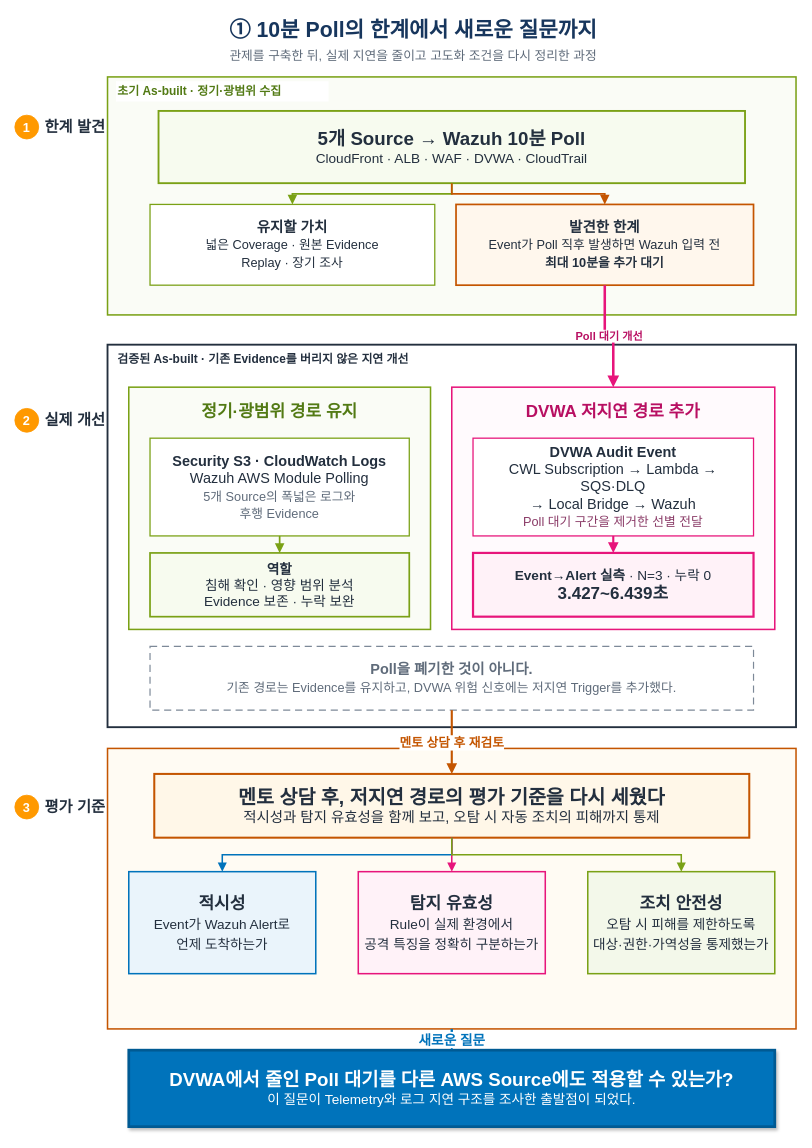
Earlier version of the draw.io diagram page "1_문제·개선·새 질문" (1 of 2) of 20_팀 프로젝트/3차 프로젝트/보고서/7.0 관제 고도화 과정.drawio (Unoh03/Obsi3). Source tidied: cells renumbered, new cells numbered last; positions are measured from the earlier drawing's top-left corner, leaving out a move shared by most shapes. Both pictures are drawn from the tidied source at 85%, with x=0, y=0 at pixel (14, 14).
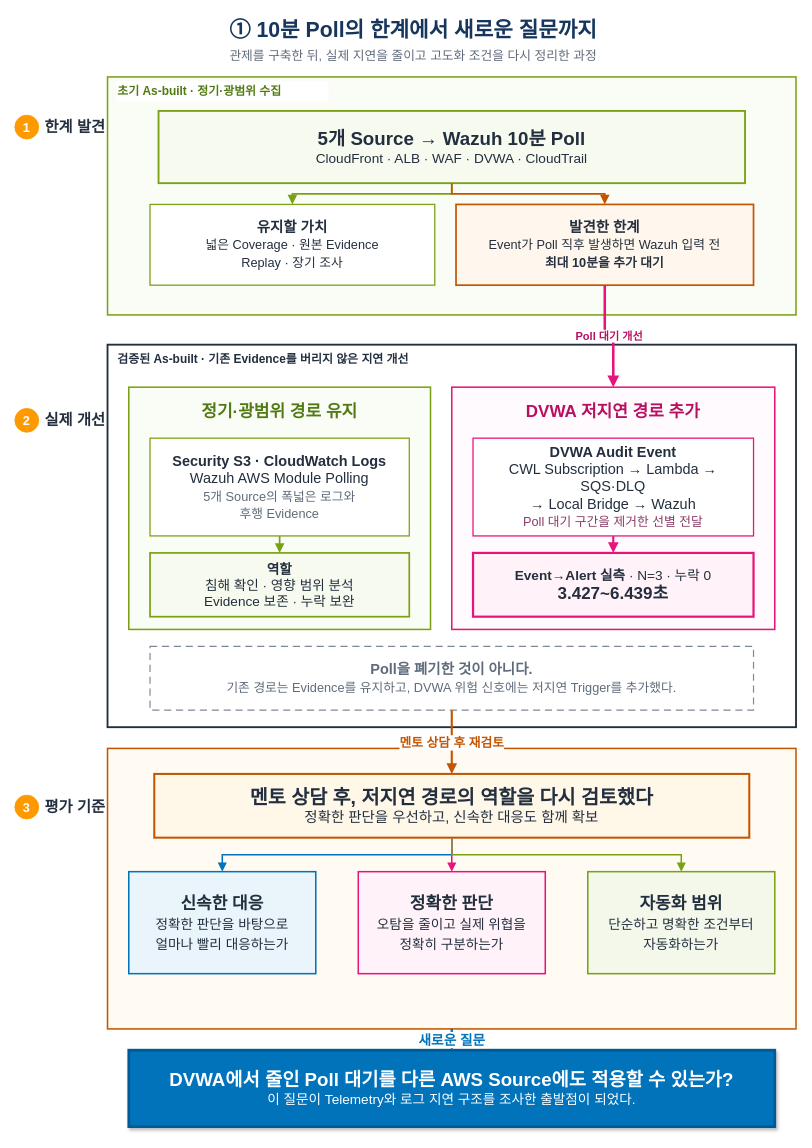
Above is the later version.

Commit message:
Auto: 2026. 08. 26. 20:34:00 M 20_팀 프로젝트/3차 프로젝트/보고서/7.0 관제 고도화 과정.drawio

The edit, as a diff of the source:
```diff
@@
-    <mxCell id="27" value="&lt;font style=&quot;font-size:23px;&quot;&gt;&lt;b&gt;멘토 상담 후, 저지연 경로의 평가 기준을 다시 세웠다&lt;/b&gt;&lt;/font&gt;&lt;br&gt;&lt;font style=&quot;font-size:17px;&quot;&gt;적시성과 탐지 유효성을 함께 보고, 오탐 시 자동 조치의 피해까지 통제&lt;/font&gt;" style="rounded=0;whiteSpace=wrap;html=1;fillColor=#FFF7E8;strokeColor=#C45500;strokeWidth=2.4;fontColor=#232F3E;align=center;verticalAlign=middle;spacing=6;" parent="1" vertex="1">
+    <mxCell id="27" value="&lt;font style=&quot;font-size:23px;&quot;&gt;&lt;b&gt;멘토 상담 후, 저지연 경로의 역할을 다시 검토했다&lt;/b&gt;&lt;/font&gt;&lt;br&gt;&lt;font style=&quot;font-size:17px;&quot;&gt;정확한 판단을 우선하고, 신속한 대응도 함께 확보&lt;/font&gt;" style="rounded=0;whiteSpace=wrap;html=1;fillColor=#FFF7E8;strokeColor=#C45500;strokeWidth=2.4;fontColor=#232F3E;align=center;verticalAlign=middle;spacing=6;" parent="1" vertex="1">
       <mxGeometry x="164" y="893" width="700" height="75" as="geometry" />
     </mxCell>
-    <mxCell id="28" value="&lt;b&gt;적시성&lt;/b&gt;&lt;br&gt;&lt;font style=&quot;font-size:16px;&quot;&gt;Event가 Wazuh Alert로&lt;br&gt;언제 도착하는가&lt;/font&gt;" style="rounded=0;whiteSpace=wrap;html=1;fillColor=#EAF4FB;strokeColor=#0073BB;strokeWidth=1.8;fontColor=#232F3E;fontSize=20;align=center;verticalAlign=middle;spacing=5;" parent="1" vertex="1">
+    <mxCell id="28" value="&lt;b&gt;신속한 대응&lt;/b&gt;&lt;br&gt;&lt;font style=&quot;font-size:16px;&quot;&gt;정확한 판단을 바탕으로&lt;br&gt;얼마나 빨리 대응하는가&lt;/font&gt;" style="rounded=0;whiteSpace=wrap;html=1;fillColor=#EAF4FB;strokeColor=#0073BB;strokeWidth=1.8;fontColor=#232F3E;fontSize=20;align=center;verticalAlign=middle;spacing=5;" parent="1" vertex="1">
       <mxGeometry x="134" y="1008" width="220" height="120" as="geometry" />
     </mxCell>
-    <mxCell id="29" value="&lt;b&gt;탐지 유효성&lt;/b&gt;&lt;br&gt;&lt;font style=&quot;font-size:16px;&quot;&gt;Rule이 실제 환경에서&lt;br&gt;공격 특징을 정확히 구분하는가&lt;/font&gt;" style="rounded=0;whiteSpace=wrap;html=1;fillColor=#FFF2F8;strokeColor=#E7157B;strokeWidth=1.8;fontColor=#232F3E;fontSize=20;align=center;verticalAlign=middle;spacing=5;" parent="1" vertex="1">
+    <mxCell id="29" value="&lt;b&gt;정확한 판단&lt;/b&gt;&lt;br&gt;&lt;font style=&quot;font-size:16px;&quot;&gt;오탐을 줄이고 실제 위협을&lt;br&gt;정확히 구분하는가&lt;/font&gt;" style="rounded=0;whiteSpace=wrap;html=1;fillColor=#FFF2F8;strokeColor=#E7157B;strokeWidth=1.8;fontColor=#232F3E;fontSize=20;align=center;verticalAlign=middle;spacing=5;" parent="1" vertex="1">
       <mxGeometry x="404" y="1008" width="220" height="120" as="geometry" />
     </mxCell>
-    <mxCell id="30" value="&lt;b&gt;조치 안전성&lt;/b&gt;&lt;br&gt;&lt;font style=&quot;font-size:16px;&quot;&gt;오탐 시 피해를 제한하도록&lt;br&gt;대상·권한·가역성을 통제했는가&lt;/font&gt;" style="rounded=0;whiteSpace=wrap;html=1;fillColor=#F3F8EA;strokeColor=#7AA116;strokeWidth=1.8;fontColor=#232F3E;fontSize=20;align=center;verticalAlign=middle;spacing=5;" parent="1" vertex="1">
+    <mxCell id="30" value="&lt;b&gt;자동화 범위&lt;/b&gt;&lt;br&gt;&lt;font style=&quot;font-size:16px;&quot;&gt;단순하고 명확한 조건부터&lt;br&gt;자동화하는가&lt;/font&gt;" style="rounded=0;whiteSpace=wrap;html=1;fillColor=#F3F8EA;strokeColor=#7AA116;strokeWidth=1.8;fontColor=#232F3E;fontSize=20;align=center;verticalAlign=middle;spacing=5;" parent="1" vertex="1">
       <mxGeometry x="674" y="1008" width="220" height="120" as="geometry" />
     </mxCell>
```
